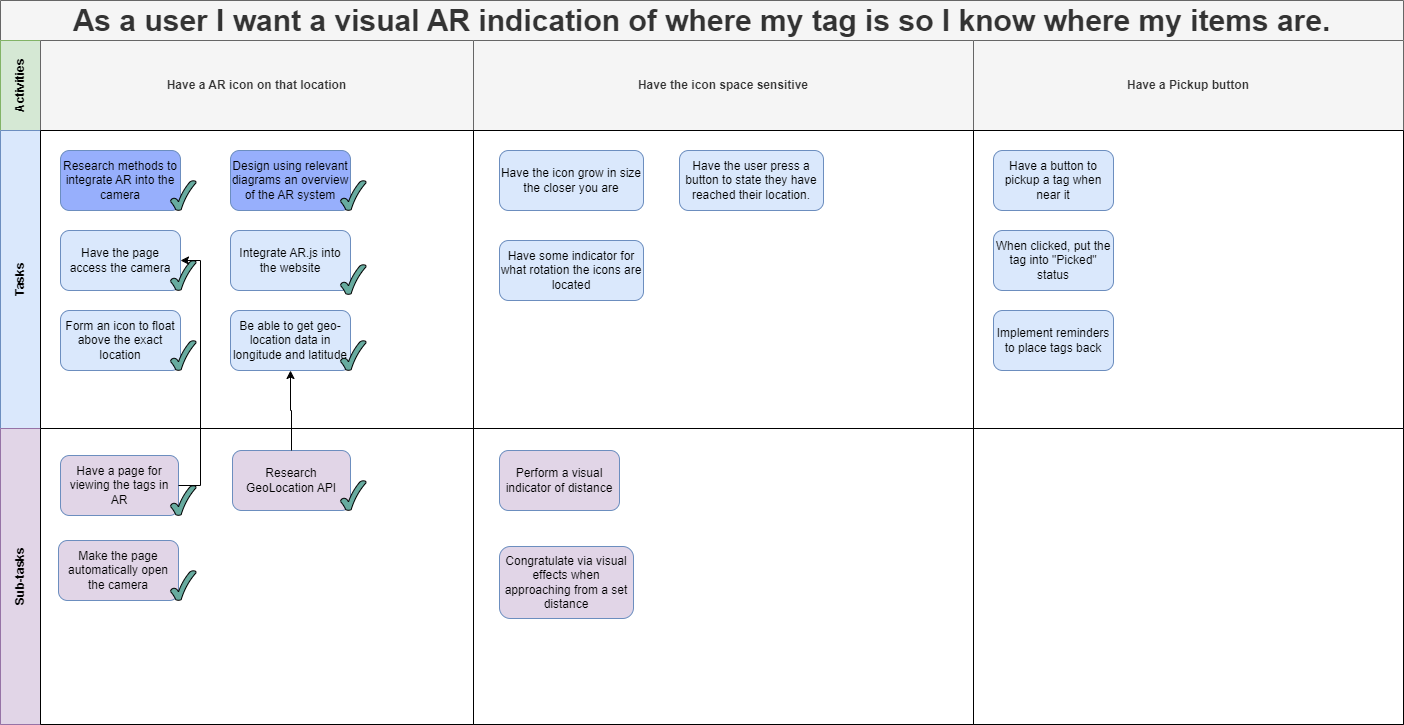
The draw.io diagram Documentation/Project Diagrams/Story Maps/AR Theme.png in ickeyben123/AR, before a commit. Source tidied: cells renumbered, new cells last; positions are measured from the earlier drawing's top-left corner, leaving out a move shared by most shapes.
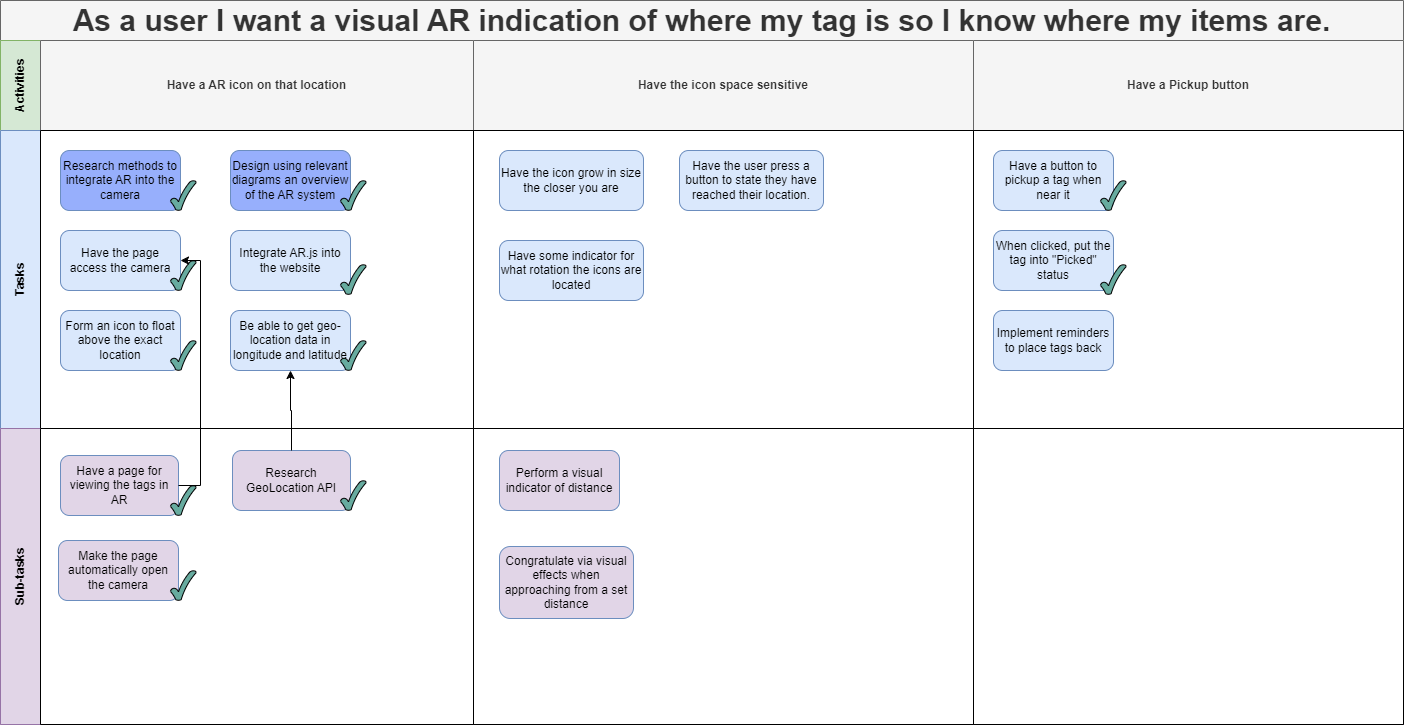
After the change.

Diff of the diagram source:
```diff
@@ -83,6 +83,12 @@
     <mxCell id="28" value="Implement reminders to place tags back" style="rounded=1;whiteSpace=wrap;html=1;strokeWidth=1;fillColor=#dae8fc;strokeColor=#6c8ebf;" parent="25" vertex="1">
       <mxGeometry x="20" y="180" width="120" height="60" as="geometry" />
     </mxCell>
+    <mxCell id="44" style="verticalLabelPosition=bottom;verticalAlign=top;html=1;shape=mxgraph.basic.tick;fillColor=#67AB9F;" parent="25" vertex="1">
+      <mxGeometry x="127" y="50" width="25.5" height="30" as="geometry" />
+    </mxCell>
+    <mxCell id="45" style="verticalLabelPosition=bottom;verticalAlign=top;html=1;shape=mxgraph.basic.tick;fillColor=#67AB9F;" parent="25" vertex="1">
+      <mxGeometry x="127" y="134" width="25.5" height="30" as="geometry" />
+    </mxCell>
     <mxCell id="29" value="Sub-tasks" style="swimlane;horizontal=0;startSize=40;html=1;whiteSpace=wrap;fillColor=#E1D5E7;strokeColor=#9673a6;" parent="2" vertex="1">
       <mxGeometry y="428" width="1403" height="296" as="geometry" />
     </mxCell>
```
